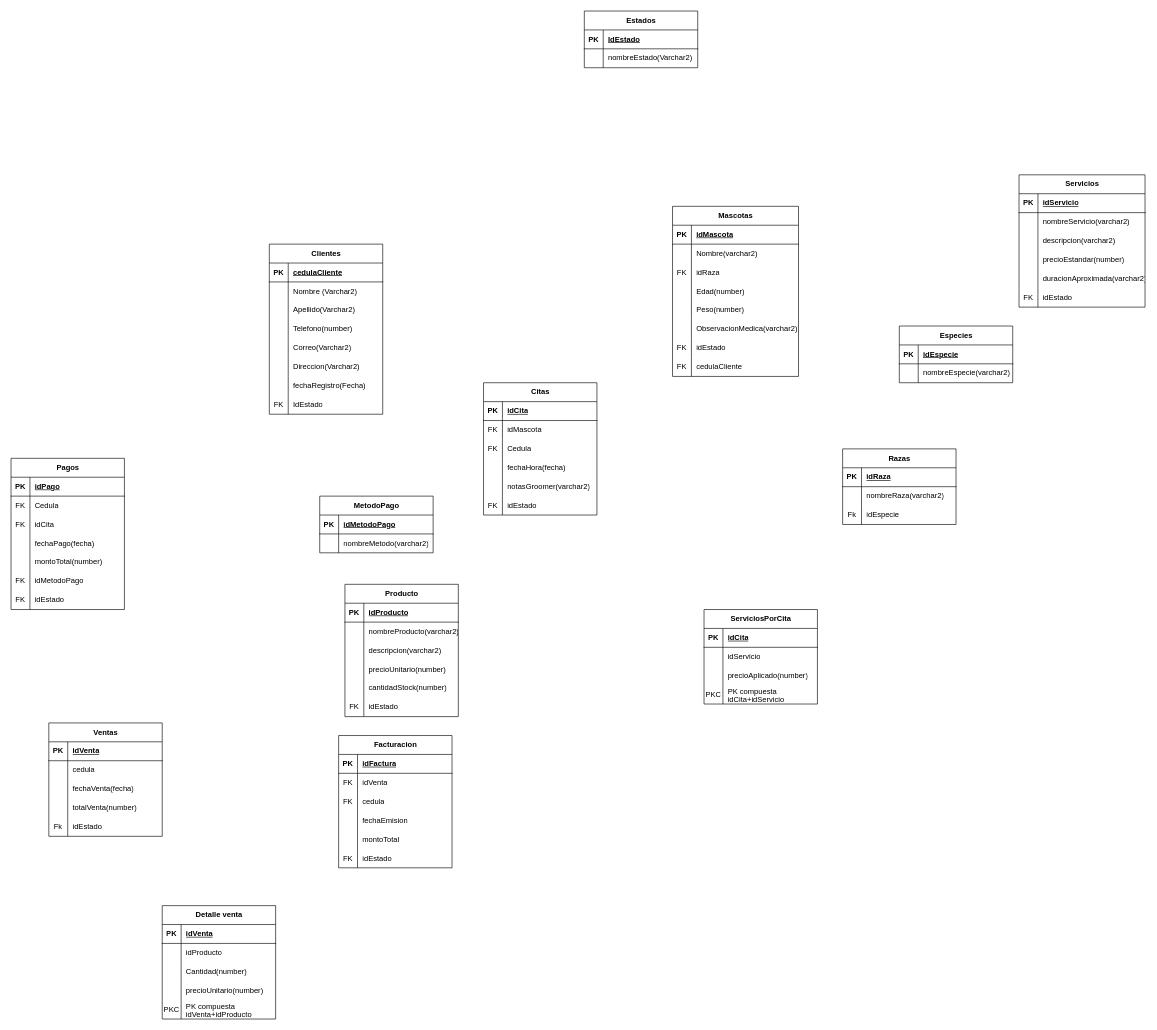
The draw.io diagram Diagrama tarea1 L BD.drawio in StimpyCR/DrawiIO, before the edit. Source tidied: cells renumbered, new cells numbered last; positions are measured from the earlier drawing's top-left corner, leaving out a move shared by most shapes. Both pictures are drawn from the tidied source at 63%, with x=0, y=0 at pixel (11, 11).
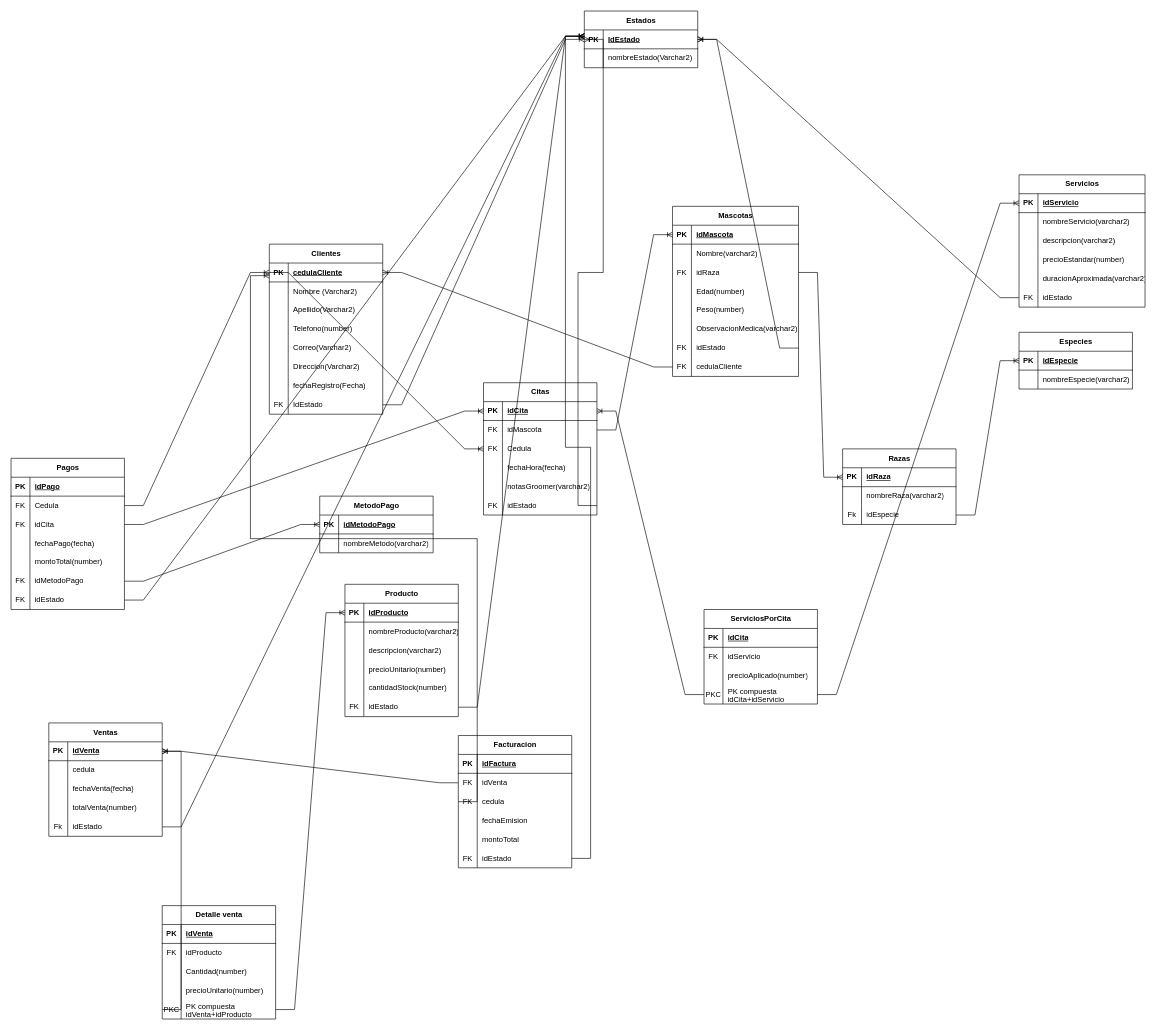
The same page after the edit.

The change refers to these unchanged cells:
```xml
<mxCell id="3" style="shape=tableRow;horizontal=0;startSize=0;swimlaneHead=0;swimlaneBody=0;fillColor=none;points=[[0,0.5],[1,0.5]];portConstraint=eastwest;top=0;left=0;right=0;bottom=1;" parent="2" vertex="1">
<mxCell id="24" style="shape=tableRow;horizontal=0;startSize=0;swimlaneHead=0;swimlaneBody=0;fillColor=none;points=[[0,0.5],[1,0.5]];portConstraint=eastwest;top=0;left=0;right=0;bottom=0;" parent="2" vertex="1">
<mxCell id="28" style="shape=tableRow;horizontal=0;startSize=0;swimlaneHead=0;swimlaneBody=0;fillColor=none;points=[[0,0.5],[1,0.5]];portConstraint=eastwest;top=0;left=0;right=0;bottom=1;" parent="27" vertex="1">
<mxCell id="35" style="shape=tableRow;horizontal=0;startSize=0;swimlaneHead=0;swimlaneBody=0;fillColor=none;points=[[0,0.5],[1,0.5]];portConstraint=eastwest;top=0;left=0;right=0;bottom=1;" parent="34" vertex="1">
<mxCell id="41" style="shape=tableRow;horizontal=0;startSize=0;swimlaneHead=0;swimlaneBody=0;fillColor=none;points=[[0,0.5],[1,0.5]];portConstraint=eastwest;top=0;left=0;right=0;bottom=0;" parent="34" vertex="1">
<mxCell id="45" style="shape=tableRow;horizontal=0;startSize=0;swimlaneHead=0;swimlaneBody=0;fillColor=none;points=[[0,0.5],[1,0.5]];portConstraint=eastwest;top=0;left=0;right=0;bottom=1;" parent="44" vertex="1">
<mxCell id="48" style="shape=tableRow;horizontal=0;startSize=0;swimlaneHead=0;swimlaneBody=0;fillColor=none;points=[[0,0.5],[1,0.5]];portConstraint=eastwest;top=0;left=0;right=0;bottom=0;" parent="44" vertex="1">
<mxCell id="51" style="shape=tableRow;horizontal=0;startSize=0;swimlaneHead=0;swimlaneBody=0;fillColor=none;points=[[0,0.5],[1,0.5]];portConstraint=eastwest;top=0;left=0;right=0;bottom=0;" parent="44" vertex="1">
<mxCell id="60" style="shape=tableRow;horizontal=0;startSize=0;swimlaneHead=0;swimlaneBody=0;fillColor=none;points=[[0,0.5],[1,0.5]];portConstraint=eastwest;top=0;left=0;right=0;bottom=0;" parent="44" vertex="1">
<mxCell id="64" style="shape=tableRow;horizontal=0;startSize=0;swimlaneHead=0;swimlaneBody=0;fillColor=none;points=[[0,0.5],[1,0.5]];portConstraint=eastwest;top=0;left=0;right=0;bottom=1;" parent="63" vertex="1">
<mxCell id="79" style="shape=tableRow;horizontal=0;startSize=0;swimlaneHead=0;swimlaneBody=0;fillColor=none;points=[[0,0.5],[1,0.5]];portConstraint=eastwest;top=0;left=0;right=0;bottom=0;" parent="63" vertex="1">
<mxCell id="86" style="shape=tableRow;horizontal=0;startSize=0;swimlaneHead=0;swimlaneBody=0;fillColor=none;top=0;left=0;right=0;bottom=0;" parent="82" vertex="1">
<mxCell id="92" style="shape=tableRow;horizontal=0;startSize=0;swimlaneHead=0;swimlaneBody=0;fillColor=none;points=[[0,0.5],[1,0.5]];portConstraint=eastwest;top=0;left=0;right=0;bottom=0;" parent="82" vertex="1">
<mxCell id="99" style="shape=tableRow;horizontal=0;startSize=0;swimlaneHead=0;swimlaneBody=0;fillColor=none;points=[[0,0.5],[1,0.5]];portConstraint=eastwest;top=0;left=0;right=0;bottom=0;" parent="95" vertex="1">
<mxCell id="102" style="shape=tableRow;horizontal=0;startSize=0;swimlaneHead=0;swimlaneBody=0;fillColor=none;points=[[0,0.5],[1,0.5]];portConstraint=eastwest;top=0;left=0;right=0;bottom=0;" parent="95" vertex="1">
<mxCell id="111" style="shape=tableRow;horizontal=0;startSize=0;swimlaneHead=0;swimlaneBody=0;fillColor=none;points=[[0,0.5],[1,0.5]];portConstraint=eastwest;top=0;left=0;right=0;bottom=0;" parent="95" vertex="1">
<mxCell id="114" style="shape=tableRow;horizontal=0;startSize=0;swimlaneHead=0;swimlaneBody=0;fillColor=none;points=[[0,0.5],[1,0.5]];portConstraint=eastwest;top=0;left=0;right=0;bottom=0;" parent="95" vertex="1">
<mxCell id="118" style="shape=tableRow;horizontal=0;startSize=0;swimlaneHead=0;swimlaneBody=0;fillColor=none;points=[[0,0.5],[1,0.5]];portConstraint=eastwest;top=0;left=0;right=0;bottom=1;" parent="117" vertex="1">
<mxCell id="125" style="shape=tableRow;horizontal=0;startSize=0;swimlaneHead=0;swimlaneBody=0;fillColor=none;points=[[0,0.5],[1,0.5]];portConstraint=eastwest;top=0;left=0;right=0;bottom=1;" parent="124" vertex="1">
<mxCell id="140" style="shape=tableRow;horizontal=0;startSize=0;swimlaneHead=0;swimlaneBody=0;fillColor=none;points=[[0,0.5],[1,0.5]];portConstraint=eastwest;top=0;left=0;right=0;bottom=0;" parent="124" vertex="1">
<mxCell id="144" style="shape=tableRow;horizontal=0;startSize=0;swimlaneHead=0;swimlaneBody=0;fillColor=none;points=[[0,0.5],[1,0.5]];portConstraint=eastwest;top=0;left=0;right=0;bottom=1;" parent="143" vertex="1">
<mxCell id="156" style="shape=tableRow;horizontal=0;startSize=0;swimlaneHead=0;swimlaneBody=0;fillColor=none;points=[[0,0.5],[1,0.5]];portConstraint=eastwest;top=0;left=0;right=0;bottom=0;" parent="143" vertex="1">
<mxCell id="163" style="shape=tableRow;horizontal=0;startSize=0;swimlaneHead=0;swimlaneBody=0;fillColor=none;top=0;left=0;right=0;bottom=0;" parent="159" vertex="1">
<mxCell id="172" style="shape=tableRow;horizontal=0;startSize=0;swimlaneHead=0;swimlaneBody=0;fillColor=none;points=[[0,0.5],[1,0.5]];portConstraint=eastwest;top=0;left=0;right=0;bottom=0;" parent="159" vertex="1">
<mxCell id="179" style="shape=tableRow;horizontal=0;startSize=0;swimlaneHead=0;swimlaneBody=0;fillColor=none;points=[[0,0.5],[1,0.5]];portConstraint=eastwest;top=0;left=0;right=0;bottom=0;" parent="175" vertex="1">
<mxCell id="182" style="shape=tableRow;horizontal=0;startSize=0;swimlaneHead=0;swimlaneBody=0;fillColor=none;points=[[0,0.5],[1,0.5]];portConstraint=eastwest;top=0;left=0;right=0;bottom=0;" parent="175" vertex="1">
<mxCell id="191" style="shape=tableRow;horizontal=0;startSize=0;swimlaneHead=0;swimlaneBody=0;fillColor=none;points=[[0,0.5],[1,0.5]];portConstraint=eastwest;top=0;left=0;right=0;bottom=0;" parent="175" vertex="1">
<mxCell id="195" style="shape=tableRow;horizontal=0;startSize=0;swimlaneHead=0;swimlaneBody=0;fillColor=none;points=[[0,0.5],[1,0.5]];portConstraint=eastwest;top=0;left=0;right=0;bottom=1;" parent="194" vertex="1">
<mxCell id="201" style="shape=tableRow;horizontal=0;startSize=0;swimlaneHead=0;swimlaneBody=0;fillColor=none;points=[[0,0.5],[1,0.5]];portConstraint=eastwest;top=0;left=0;right=0;bottom=0;" parent="194" vertex="1">
<mxCell id="213" style="shape=tableRow;horizontal=0;startSize=0;swimlaneHead=0;swimlaneBody=0;fillColor=none;points=[[0,0.5],[1,0.5]];portConstraint=eastwest;top=0;left=0;right=0;bottom=0;" parent="194" vertex="1">
<mxCell id="216" style="shape=tableRow;horizontal=0;startSize=0;swimlaneHead=0;swimlaneBody=0;fillColor=none;points=[[0,0.5],[1,0.5]];portConstraint=eastwest;top=0;left=0;right=0;bottom=0;" parent="194" vertex="1">
<mxCell id="220" style="shape=tableRow;horizontal=0;startSize=0;swimlaneHead=0;swimlaneBody=0;fillColor=none;points=[[0,0.5],[1,0.5]];portConstraint=eastwest;top=0;left=0;right=0;bottom=1;" parent="219" vertex="1">
```

Diff of the diagram source:
```diff
@@
-    <mxCell id="87" style="shape=partialRectangle;fillColor=none;top=0;left=0;bottom=0;right=0;overflow=hidden;whiteSpace=wrap;html=1;" parent="86" vertex="1">
+    <mxCell id="87" value="FK" style="shape=partialRectangle;fillColor=none;top=0;left=0;bottom=0;right=0;overflow=hidden;whiteSpace=wrap;html=1;" parent="86" vertex="1">
       <mxGeometry width="30" height="30" as="geometry" />
     </mxCell>
@@
-    <mxCell id="164" style="shape=partialRectangle;fillColor=none;top=0;left=0;bottom=0;right=0;overflow=hidden;whiteSpace=wrap;html=1;" parent="163" vertex="1">
+    <mxCell id="164" value="FK" style="shape=partialRectangle;fillColor=none;top=0;left=0;bottom=0;right=0;overflow=hidden;whiteSpace=wrap;html=1;" parent="163" vertex="1">
       <mxGeometry width="30" height="30" as="geometry" />
     </mxCell>
@@
     <mxCell id="175" value="Facturacion" style="shape=table;startSize=30;childLayout=tableLayout;rowLines=0;fontStyle=1;align=center;html=1;" parent="1" vertex="1">
-      <mxGeometry x="520" y="1150" width="180" height="210" as="geometry" />
+      <mxGeometry x="710" y="1150" width="180" height="210" as="geometry" />
     </mxCell>
@@
     <mxCell id="219" value="Especies" style="shape=table;startSize=30;childLayout=tableLayout;rowLines=0;fontStyle=1;align=center;html=1;" parent="1" vertex="1">
-      <mxGeometry x="1410" y="500" width="180" height="90" as="geometry" />
+      <mxGeometry x="1600" y="510" width="180" height="90" as="geometry" />
     </mxCell>
@@
+    <mxCell id="226" style="edgeStyle=entityRelationEdgeStyle;fontSize=12;html=1;endArrow=ERoneToMany;rounded=0;exitX=1;exitY=0.5;exitDx=0;exitDy=0;entryX=0;entryY=0.5;entryDx=0;entryDy=0;" parent="1" edge="1" source="24" target="28">
+      <mxGeometry relative="1" as="geometry" />
+    </mxCell>
+    <mxCell id="227" style="edgeStyle=entityRelationEdgeStyle;fontSize=12;html=1;endArrow=ERoneToMany;rounded=0;exitX=0;exitY=0.5;exitDx=0;exitDy=0;entryX=1;entryY=0.5;entryDx=0;entryDy=0;" parent="1" edge="1" source="216" target="3">
+      <mxGeometry relative="1" as="geometry" />
+    </mxCell>
+    <mxCell id="228" style="edgeStyle=entityRelationEdgeStyle;fontSize=12;html=1;endArrow=ERoneToMany;rounded=0;exitX=1;exitY=0.5;exitDx=0;exitDy=0;entryX=0;entryY=0.5;entryDx=0;entryDy=0;" parent="1" edge="1" source="201" target="35">
+      <mxGeometry relative="1" as="geometry" />
+    </mxCell>
+    <mxCell id="229" style="edgeStyle=entityRelationEdgeStyle;fontSize=12;html=1;endArrow=ERoneToMany;rounded=0;exitX=1;exitY=0.5;exitDx=0;exitDy=0;entryX=1;entryY=0.5;entryDx=0;entryDy=0;" parent="1" edge="1" source="213" target="28">
+      <mxGeometry relative="1" as="geometry" />
+    </mxCell>
+    <mxCell id="230" style="edgeStyle=entityRelationEdgeStyle;fontSize=12;html=1;endArrow=ERoneToMany;rounded=0;exitX=1;exitY=0.5;exitDx=0;exitDy=0;entryX=0;entryY=0.5;entryDx=0;entryDy=0;" parent="1" edge="1" source="41" target="220">
+      <mxGeometry relative="1" as="geometry" />
+    </mxCell>
+    <mxCell id="231" style="edgeStyle=entityRelationEdgeStyle;fontSize=12;html=1;endArrow=ERoneToMany;rounded=0;exitX=1;exitY=0.5;exitDx=0;exitDy=0;entryX=0;entryY=0.5;entryDx=0;entryDy=0;" parent="1" edge="1" source="48" target="195">
+      <mxGeometry relative="1" as="geometry" />
+    </mxCell>
+    <mxCell id="232" style="edgeStyle=entityRelationEdgeStyle;fontSize=12;html=1;endArrow=ERoneToMany;rounded=0;exitX=0;exitY=0.5;exitDx=0;exitDy=0;entryX=0;entryY=0.5;entryDx=0;entryDy=0;" parent="1" edge="1" source="3" target="51">
+      <mxGeometry relative="1" as="geometry" />
+    </mxCell>
+    <mxCell id="233" style="edgeStyle=entityRelationEdgeStyle;fontSize=12;html=1;endArrow=ERoneToMany;rounded=0;exitX=1;exitY=0.5;exitDx=0;exitDy=0;entryX=0;entryY=0.5;entryDx=0;entryDy=0;" parent="1" edge="1" source="60" target="28">
+      <mxGeometry relative="1" as="geometry" />
+    </mxCell>
+    <mxCell id="234" style="edgeStyle=entityRelationEdgeStyle;fontSize=12;html=1;endArrow=ERoneToMany;rounded=0;exitX=0;exitY=0.5;exitDx=0;exitDy=0;entryX=1;entryY=0.5;entryDx=0;entryDy=0;" parent="1" edge="1" source="79" target="28">
+      <mxGeometry relative="1" as="geometry" />
+    </mxCell>
+    <mxCell id="235" style="edgeStyle=entityRelationEdgeStyle;fontSize=12;html=1;endArrow=ERoneToMany;rounded=0;exitX=1;exitY=0.5;exitDx=0;exitDy=0;entryX=0;entryY=0.5;entryDx=0;entryDy=0;" parent="1" edge="1" source="92" target="64">
+      <mxGeometry relative="1" as="geometry" />
+    </mxCell>
+    <mxCell id="236" style="edgeStyle=entityRelationEdgeStyle;fontSize=12;html=1;endArrow=ERoneToMany;rounded=0;exitX=0;exitY=0.5;exitDx=0;exitDy=0;entryX=1;entryY=0.5;entryDx=0;entryDy=0;" parent="1" edge="1" source="92" target="45">
+      <mxGeometry relative="1" as="geometry" />
+    </mxCell>
+    <mxCell id="237" style="edgeStyle=entityRelationEdgeStyle;fontSize=12;html=1;endArrow=ERoneToMany;rounded=0;exitX=1;exitY=0.5;exitDx=0;exitDy=0;entryX=0;entryY=0.5;entryDx=0;entryDy=0;" parent="1" edge="1" source="99" target="3">
+      <mxGeometry relative="1" as="geometry" />
+    </mxCell>
+    <mxCell id="238" style="edgeStyle=entityRelationEdgeStyle;fontSize=12;html=1;endArrow=ERoneToMany;rounded=0;exitX=1;exitY=0.5;exitDx=0;exitDy=0;entryX=0;entryY=0.5;entryDx=0;entryDy=0;" parent="1" edge="1" source="102" target="45">
+      <mxGeometry relative="1" as="geometry" />
+    </mxCell>
+    <mxCell id="239" style="edgeStyle=entityRelationEdgeStyle;fontSize=12;html=1;endArrow=ERoneToMany;rounded=0;exitX=1;exitY=0.5;exitDx=0;exitDy=0;entryX=0;entryY=0.5;entryDx=0;entryDy=0;" parent="1" edge="1" source="111" target="118">
+      <mxGeometry relative="1" as="geometry" />
+    </mxCell>
+    <mxCell id="240" style="edgeStyle=entityRelationEdgeStyle;fontSize=12;html=1;endArrow=ERoneToMany;rounded=0;exitX=1;exitY=0.5;exitDx=0;exitDy=0;" parent="1" edge="1" source="114">
+      <mxGeometry relative="1" as="geometry">
+        <mxPoint x="910" y="40" as="targetPoint" />
+      </mxGeometry>
+    </mxCell>
+    <mxCell id="241" style="edgeStyle=entityRelationEdgeStyle;fontSize=12;html=1;endArrow=ERoneToMany;rounded=0;exitX=1;exitY=0.5;exitDx=0;exitDy=0;" parent="1" edge="1" source="156">
+      <mxGeometry relative="1" as="geometry">
+        <mxPoint x="910" y="40" as="targetPoint" />
+      </mxGeometry>
+    </mxCell>
+    <mxCell id="242" style="edgeStyle=entityRelationEdgeStyle;fontSize=12;html=1;endArrow=ERoneToMany;rounded=0;exitX=0;exitY=0.5;exitDx=0;exitDy=0;entryX=1;entryY=0.5;entryDx=0;entryDy=0;" parent="1" edge="1" source="172" target="144">
+      <mxGeometry relative="1" as="geometry" />
+    </mxCell>
+    <mxCell id="243" style="edgeStyle=entityRelationEdgeStyle;fontSize=12;html=1;endArrow=ERoneToMany;rounded=0;exitX=1;exitY=0.5;exitDx=0;exitDy=0;entryX=0;entryY=0.5;entryDx=0;entryDy=0;" parent="1" edge="1" source="172" target="125">
+      <mxGeometry relative="1" as="geometry" />
+    </mxCell>
+    <mxCell id="244" style="edgeStyle=entityRelationEdgeStyle;fontSize=12;html=1;endArrow=ERoneToMany;rounded=0;exitX=1;exitY=0.5;exitDx=0;exitDy=0;" parent="1" edge="1" source="191">
+      <mxGeometry relative="1" as="geometry">
+        <mxPoint x="910" y="40" as="targetPoint" />
+      </mxGeometry>
+    </mxCell>
+    <mxCell id="245" style="edgeStyle=entityRelationEdgeStyle;fontSize=12;html=1;endArrow=ERoneToMany;rounded=0;exitX=0;exitY=0.5;exitDx=0;exitDy=0;" parent="1" edge="1" source="182">
+      <mxGeometry relative="1" as="geometry">
+        <mxPoint x="410" y="420" as="targetPoint" />
+        <Array as="points">
+          <mxPoint x="410" y="1060" />
+        </Array>
+      </mxGeometry>
+    </mxCell>
+    <mxCell id="246" style="edgeStyle=entityRelationEdgeStyle;fontSize=12;html=1;endArrow=ERoneToMany;rounded=0;exitX=0;exitY=0.5;exitDx=0;exitDy=0;entryX=1;entryY=0.5;entryDx=0;entryDy=0;" parent="1" edge="1" source="179" target="144">
+      <mxGeometry relative="1" as="geometry" />
+    </mxCell>
+    <mxCell id="247" style="edgeStyle=entityRelationEdgeStyle;fontSize=12;html=1;endArrow=ERoneToMany;rounded=0;exitX=1;exitY=0.5;exitDx=0;exitDy=0;" parent="1" edge="1" source="140">
+      <mxGeometry relative="1" as="geometry">
+        <mxPoint x="910" y="40" as="targetPoint" />
+      </mxGeometry>
+    </mxCell>
```
